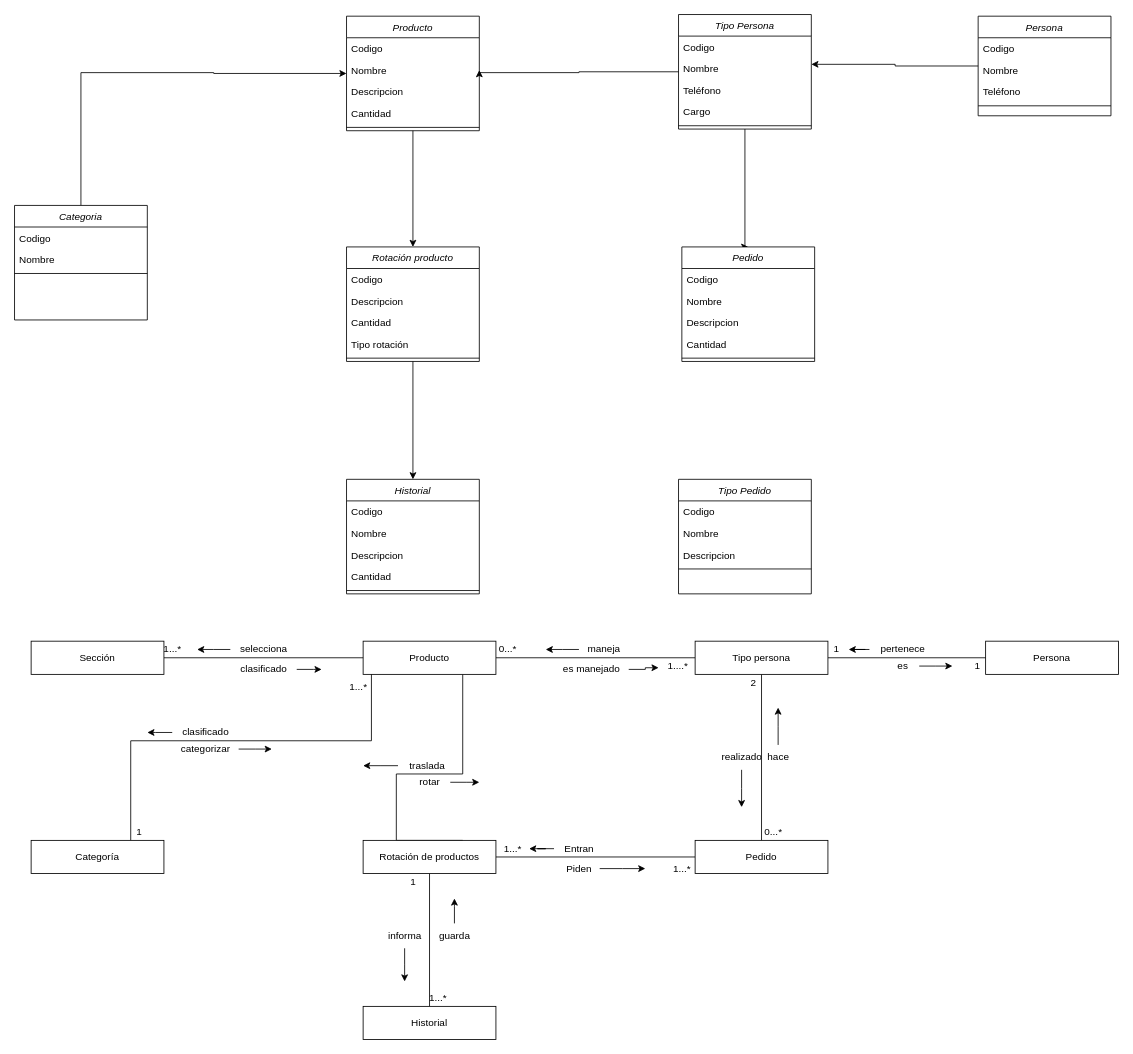
DOOPan2022/Presupuesto keeps this draw.io diagram as Extraclase/Modelo de dominio/Modelo de dominio detallado/Modelo de dominio detallado.drawio. Above is the earlier version. Source tidied: cells renumbered, new cells numbered last; positions are measured from the earlier drawing's top-left corner, leaving out a move shared by most shapes. Both pictures are drawn from the tidied source at 83%, with x=0, y=0 at pixel (14, 14).
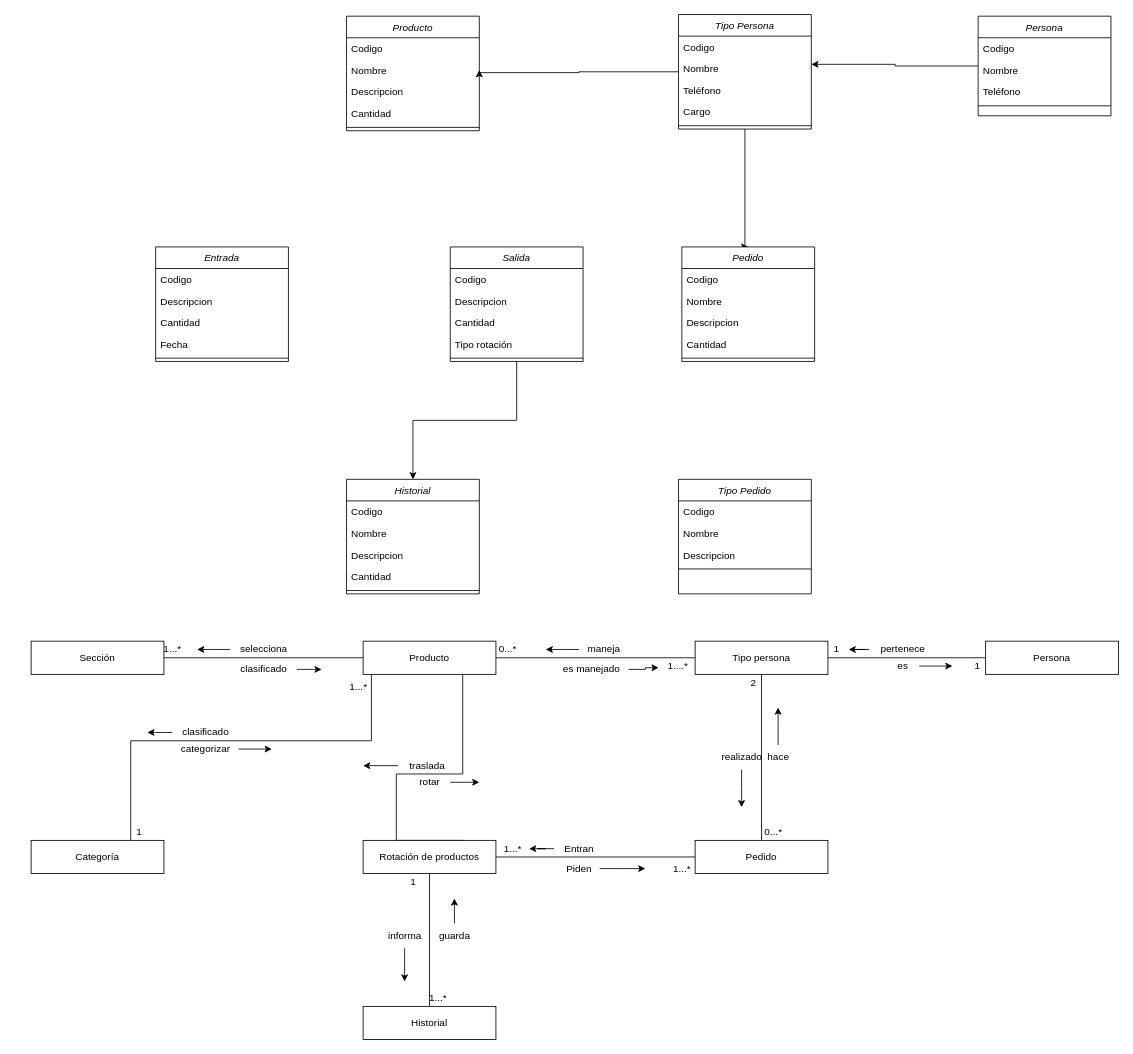
Above is the later version.

The change refers to these unchanged cells:
```xml
<mxCell id="78" value="Producto" style="swimlane;fontStyle=2;align=center;verticalAlign=top;horizontal=1;startSize=26;rounded=0;shadow=0;strokeWidth=1;" parent="1" vertex="1">
  <mxGeometry x="400" y="2" width="160" height="138" as="geometry" />
</mxCell>
```

The edit, as a diff of the source:
```diff
@@
-    <mxCell id="77" style="edgeStyle=orthogonalEdgeStyle;rounded=0;jettySize=auto;html=1;entryX=0.5;entryY=0;entryDx=0;entryDy=0;" parent="1" edge="1" source="78" target="85">
-      <mxGeometry relative="1" as="geometry" />
-    </mxCell>
@@
-    <mxCell id="85" value="Rotación producto" style="swimlane;fontStyle=2;align=center;verticalAlign=top;horizontal=1;startSize=26;rounded=0;shadow=0;strokeWidth=1;" parent="1" vertex="1">
-      <mxGeometry x="400" y="280" width="160" height="138" as="geometry" />
+    <mxCell id="85" value="Salida" style="swimlane;fontStyle=2;align=center;verticalAlign=top;horizontal=1;startSize=26;rounded=0;shadow=0;strokeWidth=1;" parent="1" vertex="1">
+      <mxGeometry x="525" y="280" width="160" height="138" as="geometry" />
     </mxCell>
@@
-    <mxCell id="97" style="edgeStyle=orthogonalEdgeStyle;rounded=0;jettySize=auto;html=1;" parent="1" edge="1" source="98" target="78">
-      <mxGeometry relative="1" as="geometry">
-        <Array as="points">
-          <mxPoint x="80" y="70" />
-          <mxPoint x="240" y="70" />
-          <mxPoint x="240" y="71" />
-        </Array>
-      </mxGeometry>
-    </mxCell>
-    <mxCell id="98" value="Categoria" style="swimlane;fontStyle=2;align=center;verticalAlign=top;horizontal=1;startSize=26;rounded=0;shadow=0;strokeWidth=1;" parent="1" vertex="1">
-      <mxGeometry y="230" width="160" height="138" as="geometry" />
-    </mxCell>
-    <mxCell id="99" value="Codigo" style="text;align=left;verticalAlign=top;spacingLeft=4;spacingRight=4;overflow=hidden;" parent="98" vertex="1">
-      <mxGeometry y="26" width="160" height="26" as="geometry" />
-    </mxCell>
-    <mxCell id="100" value="Nombre" style="text;align=left;verticalAlign=top;spacingLeft=4;spacingRight=4;overflow=hidden;" parent="98" vertex="1">
-      <mxGeometry y="52" width="160" height="26" as="geometry" />
-    </mxCell>
-    <mxCell id="101" style="line;html=1;strokeWidth=1;align=left;verticalAlign=middle;spacingTop=-1;spacingLeft=3;spacingRight=3;labelPosition=right;" parent="98" vertex="1">
-      <mxGeometry y="78" width="160" height="8" as="geometry" />
-    </mxCell>
@@
+    <mxCell id="113" value="Entrada" style="swimlane;fontStyle=2;align=center;verticalAlign=top;horizontal=1;startSize=26;rounded=0;shadow=0;strokeWidth=1;" parent="1" vertex="1">
+      <mxGeometry x="170" y="280" width="160" height="138" as="geometry" />
+    </mxCell>
+    <mxCell id="99" value="Codigo" style="text;align=left;verticalAlign=top;spacingLeft=4;spacingRight=4;overflow=hidden;" parent="113" vertex="1">
+      <mxGeometry y="26" width="160" height="26" as="geometry" />
+    </mxCell>
+    <mxCell id="114" value="Descripcion" style="text;align=left;verticalAlign=top;spacingLeft=4;spacingRight=4;overflow=hidden;rounded=0;shadow=0;html=0;" parent="113" vertex="1">
+      <mxGeometry y="52" width="160" height="26" as="geometry" />
+    </mxCell>
+    <mxCell id="115" value="Cantidad" style="text;align=left;verticalAlign=top;spacingLeft=4;spacingRight=4;overflow=hidden;rounded=0;shadow=0;html=0;" parent="113" vertex="1">
+      <mxGeometry y="78" width="160" height="26" as="geometry" />
+    </mxCell>
+    <mxCell id="116" value="Fecha" style="text;align=left;verticalAlign=top;spacingLeft=4;spacingRight=4;overflow=hidden;" parent="113" vertex="1">
+      <mxGeometry y="104" width="160" height="26" as="geometry" />
+    </mxCell>
+    <mxCell id="117" style="line;html=1;strokeWidth=1;align=left;verticalAlign=middle;spacingTop=-1;spacingLeft=3;spacingRight=3;labelPosition=right;" parent="113" vertex="1">
+      <mxGeometry y="130" width="160" height="8" as="geometry" />
+    </mxCell>
```
